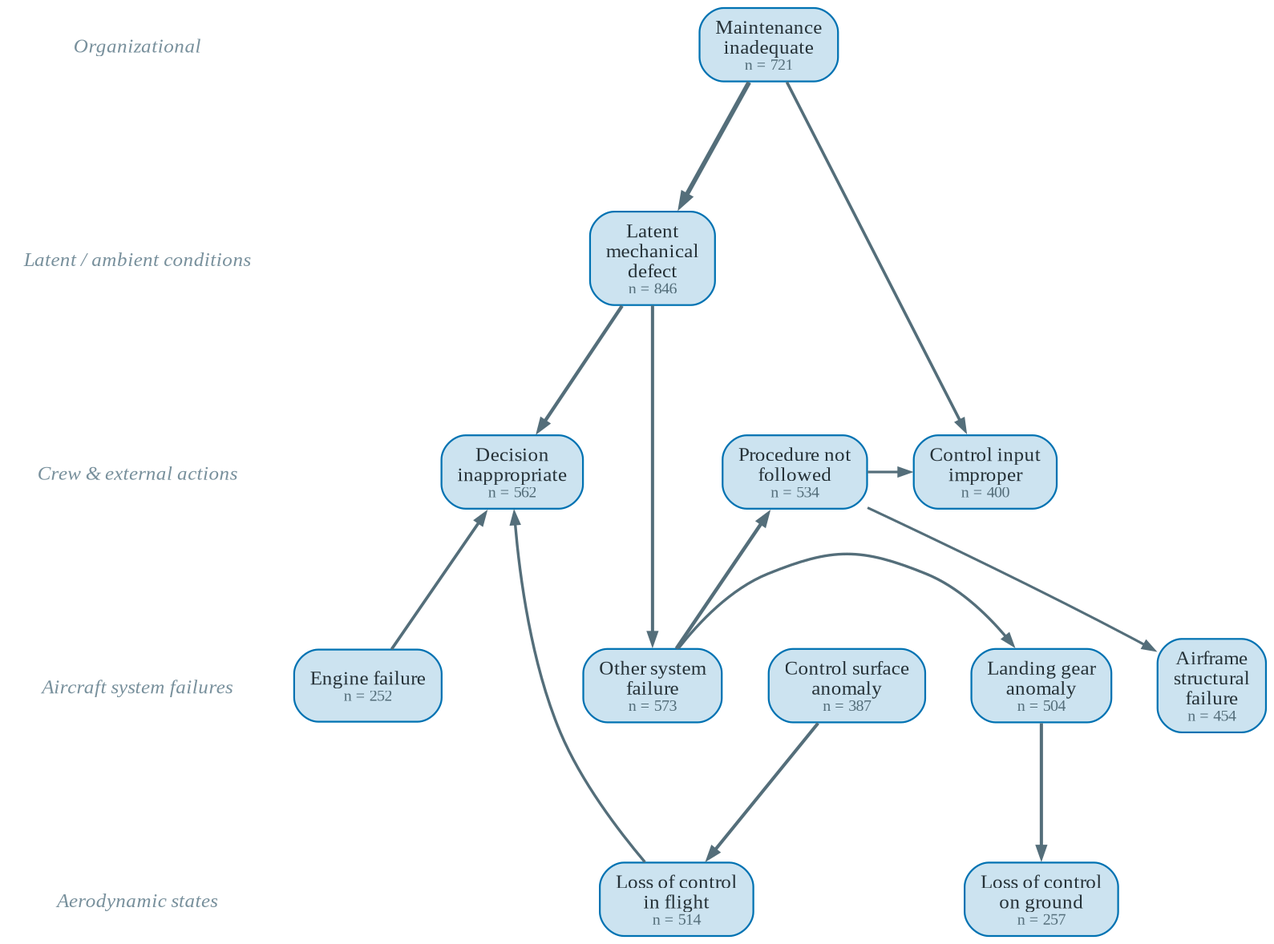
The Graphviz diagram event_extraction/out/causation_kg/figures/dag_SCF-PP_top.png in YutianPangASU/AviationSafetyReportKnowledgeGraph, before a commit. Its source is kept beside it as event_extraction/out/causation_kg/figures/dag_SCF-PP_top.gv.
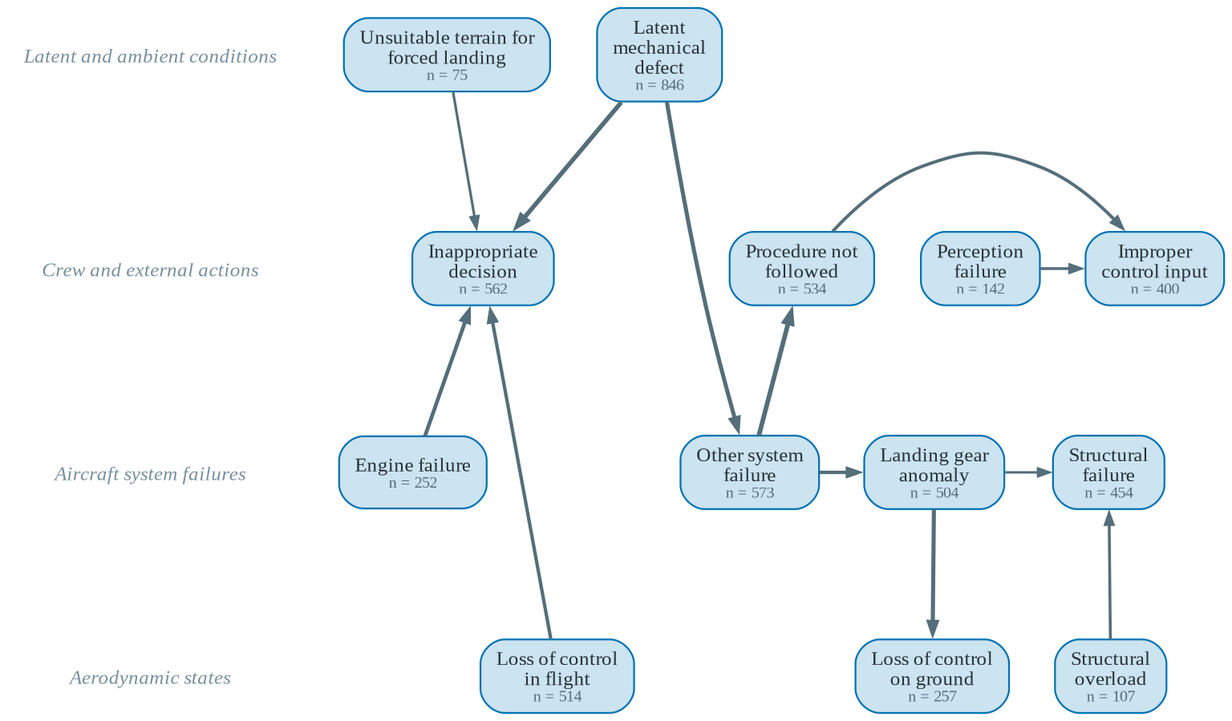
Later version of the same file.

Change to the diagram source:
```diff
@@ -3,42 +3,40 @@
   bgcolor="white";
   node [shape=box, style="rounded,filled", fillcolor="#CCE3F0", color="#0072B2", penwidth=0.9, fontname="Liberation Serif", fontsize=10, fontcolor="#263238", margin="0.11,0.06"];
   edge [color="#546E7A", arrowsize=0.55, fontname="Liberation Serif", fontsize=8, fontcolor="#546E7A"];
-  tier0 [shape=plaintext, style="", fillcolor=none, fontname="Liberation Serif Italic", fontsize=10, fontcolor="#78909C", label="Organizational"];
-  { rank=same; tier0; "MAINTENANCE_INADEQUATE" }
-  tier1 [shape=plaintext, style="", fillcolor=none, fontname="Liberation Serif Italic", fontsize=10, fontcolor="#78909C", label="Latent / ambient conditions"];
-  { rank=same; tier1; "LATENT_MECHANICAL_DEFECT" }
-  tier0 -> tier1 [style=invis];
-  tier3 [shape=plaintext, style="", fillcolor=none, fontname="Liberation Serif Italic", fontsize=10, fontcolor="#78909C", label="Crew & external actions"];
-  { rank=same; tier3; "DECISION_INAPPROPRIATE" "CONTROL_INPUT_IMPROPER" "PROCEDURE_NOT_FOLLOWED" }
+  tier1 [shape=plaintext, style="", fillcolor=none, fontname="Liberation Serif Italic", fontsize=10, fontcolor="#78909C", label="Latent and ambient conditions"];
+  { rank=same; tier1; "LATENT_MECHANICAL_DEFECT" "UNSUITABLE_TERRAIN_FOR_FORCED_LANDING" }
+  tier3 [shape=plaintext, style="", fillcolor=none, fontname="Liberation Serif Italic", fontsize=10, fontcolor="#78909C", label="Crew and external actions"];
+  { rank=same; tier3; "DECISION_INAPPROPRIATE" "CONTROL_INPUT_IMPROPER" "PROCEDURE_NOT_FOLLOWED" "PERCEPTION_FAILURE" }
   tier1 -> tier3 [style=invis];
   tier4 [shape=plaintext, style="", fillcolor=none, fontname="Liberation Serif Italic", fontsize=10, fontcolor="#78909C", label="Aircraft system failures"];
-  { rank=same; tier4; "ENGINE_FAILURE" "AIRFRAME_STRUCTURAL_FAILURE" "CONTROL_SURFACE_ANOMALY" "LANDING_GEAR_ANOMALY" "OTHER_SYSTEM_FAILURE" }
+  { rank=same; tier4; "ENGINE_FAILURE" "AIRFRAME_STRUCTURAL_FAILURE" "LANDING_GEAR_ANOMALY" "OTHER_SYSTEM_FAILURE" }
   tier3 -> tier4 [style=invis];
   tier5 [shape=plaintext, style="", fillcolor=none, fontname="Liberation Serif Italic", fontsize=10, fontcolor="#78909C", label="Aerodynamic states"];
-  { rank=same; tier5; "LOSS_OF_CONTROL_INFLIGHT" "LOSS_OF_CONTROL_GROUND" }
+  { rank=same; tier5; "LOSS_OF_CONTROL_INFLIGHT" "LOSS_OF_CONTROL_GROUND" "STRUCTURAL_OVERLOAD" }
   tier4 -> tier5 [style=invis];
-  "AIRFRAME_STRUCTURAL_FAILURE" [label=<Airframe<br/>structural<br/>failure<br/><font point-size="8" color="#546E7A">n = 454</font>>];
-  "CONTROL_INPUT_IMPROPER" [label=<Control input<br/>improper<br/><font point-size="8" color="#546E7A">n = 400</font>>];
-  "CONTROL_SURFACE_ANOMALY" [label=<Control surface<br/>anomaly<br/><font point-size="8" color="#546E7A">n = 387</font>>];
-  "DECISION_INAPPROPRIATE" [label=<Decision<br/>inappropriate<br/><font point-size="8" color="#546E7A">n = 562</font>>];
+  "AIRFRAME_STRUCTURAL_FAILURE" [label=<Structural<br/>failure<br/><font point-size="8" color="#546E7A">n = 454</font>>];
+  "CONTROL_INPUT_IMPROPER" [label=<Improper<br/>control input<br/><font point-size="8" color="#546E7A">n = 400</font>>];
+  "DECISION_INAPPROPRIATE" [label=<Inappropriate<br/>decision<br/><font point-size="8" color="#546E7A">n = 562</font>>];
   "ENGINE_FAILURE" [label=<Engine failure<br/><font point-size="8" color="#546E7A">n = 252</font>>];
   "LANDING_GEAR_ANOMALY" [label=<Landing gear<br/>anomaly<br/><font point-size="8" color="#546E7A">n = 504</font>>];
   "LATENT_MECHANICAL_DEFECT" [label=<Latent<br/>mechanical<br/>defect<br/><font point-size="8" color="#546E7A">n = 846</font>>];
   "LOSS_OF_CONTROL_GROUND" [label=<Loss of control<br/>on ground<br/><font point-size="8" color="#546E7A">n = 257</font>>];
   "LOSS_OF_CONTROL_INFLIGHT" [label=<Loss of control<br/>in flight<br/><font point-size="8" color="#546E7A">n = 514</font>>];
-  "MAINTENANCE_INADEQUATE" [label=<Maintenance<br/>inadequate<br/><font point-size="8" color="#546E7A">n = 721</font>>];
   "OTHER_SYSTEM_FAILURE" [label=<Other system<br/>failure<br/><font point-size="8" color="#546E7A">n = 573</font>>];
+  "PERCEPTION_FAILURE" [label=<Perception<br/>failure<br/><font point-size="8" color="#546E7A">n = 142</font>>];
   "PROCEDURE_NOT_FOLLOWED" [label=<Procedure not<br/>followed<br/><font point-size="8" color="#546E7A">n = 534</font>>];
-  "MAINTENANCE_INADEQUATE" -> "LATENT_MECHANICAL_DEFECT" [penwidth=2.30, style=solid, tooltip="MAINTENANCE_INADEQUATE -> LATENT_MECHANICAL_DEFECT: support 428, stability 0.37"];
-  "OTHER_SYSTEM_FAILURE" -> "PROCEDURE_NOT_FOLLOWED" [penwidth=1.79, style=solid, tooltip="OTHER_SYSTEM_FAILURE -> PROCEDURE_NOT_FOLLOWED: support 220, stability 0.53"];
-  "LATENT_MECHANICAL_DEFECT" -> "DECISION_INAPPROPRIATE" [penwidth=1.74, style=solid, tooltip="LATENT_MECHANICAL_DEFECT -> DECISION_INAPPROPRIATE: support 204, stability 0.67"];
-  "CONTROL_SURFACE_ANOMALY" -> "LOSS_OF_CONTROL_INFLIGHT" [penwidth=1.64, style=solid, tooltip="CONTROL_SURFACE_ANOMALY -> LOSS_OF_CONTROL_INFLIGHT: support 172, stability 0.10"];
-  "LANDING_GEAR_ANOMALY" -> "LOSS_OF_CONTROL_GROUND" [penwidth=1.61, style=solid, tooltip="LANDING_GEAR_ANOMALY -> LOSS_OF_CONTROL_GROUND: support 163, stability 0.57"];
-  "LATENT_MECHANICAL_DEFECT" -> "OTHER_SYSTEM_FAILURE" [penwidth=1.60, style=solid, tooltip="LATENT_MECHANICAL_DEFECT -> OTHER_SYSTEM_FAILURE: support 161, stability 0.97"];
-  "ENGINE_FAILURE" -> "DECISION_INAPPROPRIATE" [penwidth=1.50, style=solid, tooltip="ENGINE_FAILURE -> DECISION_INAPPROPRIATE: support 133, stability 0.83"];
-  "MAINTENANCE_INADEQUATE" -> "CONTROL_INPUT_IMPROPER" [penwidth=1.46, style=solid, tooltip="MAINTENANCE_INADEQUATE -> CONTROL_INPUT_IMPROPER: support 123, stability 0.40"];
-  "LOSS_OF_CONTROL_INFLIGHT" -> "DECISION_INAPPROPRIATE" [penwidth=1.37, style=solid, tooltip="LOSS_OF_CONTROL_INFLIGHT -> DECISION_INAPPROPRIATE: support 99, stability 0.83"];
-  "OTHER_SYSTEM_FAILURE" -> "LANDING_GEAR_ANOMALY" [penwidth=1.35, style=solid, tooltip="OTHER_SYSTEM_FAILURE -> LANDING_GEAR_ANOMALY: support 96, stability 1.00"];
-  "PROCEDURE_NOT_FOLLOWED" -> "CONTROL_INPUT_IMPROPER" [penwidth=1.29, style=solid, tooltip="PROCEDURE_NOT_FOLLOWED -> CONTROL_INPUT_IMPROPER: support 82, stability 0.80"];
-  "PROCEDURE_NOT_FOLLOWED" -> "AIRFRAME_STRUCTURAL_FAILURE" [penwidth=1.24, style=solid, tooltip="PROCEDURE_NOT_FOLLOWED -> AIRFRAME_STRUCTURAL_FAILURE: support 72, stability 0.07"];
+  "STRUCTURAL_OVERLOAD" [label=<Structural<br/>overload<br/><font point-size="8" color="#546E7A">n = 107</font>>];
+  "UNSUITABLE_TERRAIN_FOR_FORCED_LANDING" [label=<Unsuitable terrain for<br/>forced landing<br/><font point-size="8" color="#546E7A">n = 75</font>>];
+  "OTHER_SYSTEM_FAILURE" -> "PROCEDURE_NOT_FOLLOWED" [penwidth=2.30, style=solid, tooltip="OTHER_SYSTEM_FAILURE -> PROCEDURE_NOT_FOLLOWED: support 220, stability 0.53"];
+  "LATENT_MECHANICAL_DEFECT" -> "DECISION_INAPPROPRIATE" [penwidth=2.23, style=solid, tooltip="LATENT_MECHANICAL_DEFECT -> DECISION_INAPPROPRIATE: support 204, stability 0.67"];
+  "LANDING_GEAR_ANOMALY" -> "LOSS_OF_CONTROL_GROUND" [penwidth=2.05, style=solid, tooltip="LANDING_GEAR_ANOMALY -> LOSS_OF_CONTROL_GROUND: support 163, stability 0.57"];
+  "LATENT_MECHANICAL_DEFECT" -> "OTHER_SYSTEM_FAILURE" [penwidth=2.04, style=solid, tooltip="LATENT_MECHANICAL_DEFECT -> OTHER_SYSTEM_FAILURE: support 161, stability 0.97"];
+  "ENGINE_FAILURE" -> "DECISION_INAPPROPRIATE" [penwidth=1.90, style=solid, tooltip="ENGINE_FAILURE -> DECISION_INAPPROPRIATE: support 133, stability 0.83"];
+  "LOSS_OF_CONTROL_INFLIGHT" -> "DECISION_INAPPROPRIATE" [penwidth=1.71, style=solid, tooltip="LOSS_OF_CONTROL_INFLIGHT -> DECISION_INAPPROPRIATE: support 99, stability 0.83"];
+  "OTHER_SYSTEM_FAILURE" -> "LANDING_GEAR_ANOMALY" [penwidth=1.69, style=solid, tooltip="OTHER_SYSTEM_FAILURE -> LANDING_GEAR_ANOMALY: support 96, stability 1.00"];
+  "PROCEDURE_NOT_FOLLOWED" -> "CONTROL_INPUT_IMPROPER" [penwidth=1.60, style=solid, tooltip="PROCEDURE_NOT_FOLLOWED -> CONTROL_INPUT_IMPROPER: support 82, stability 0.80"];
+  "STRUCTURAL_OVERLOAD" -> "AIRFRAME_STRUCTURAL_FAILURE" [penwidth=1.43, style=solid, tooltip="STRUCTURAL_OVERLOAD -> AIRFRAME_STRUCTURAL_FAILURE: support 59, stability 0.80"];
+  "PERCEPTION_FAILURE" -> "CONTROL_INPUT_IMPROPER" [penwidth=1.42, style=solid, tooltip="PERCEPTION_FAILURE -> CONTROL_INPUT_IMPROPER: support 58, stability 0.83"];
+  "UNSUITABLE_TERRAIN_FOR_FORCED_LANDING" -> "DECISION_INAPPROPRIATE" [penwidth=1.31, style=solid, tooltip="UNSUITABLE_TERRAIN_FOR_FORCED_LANDING -> DECISION_INAPPROPRIATE: support 45, stability 0.77"];
+  "LANDING_GEAR_ANOMALY" -> "AIRFRAME_STRUCTURAL_FAILURE" [penwidth=1.25, style=solid, tooltip="LANDING_GEAR_ANOMALY -> AIRFRAME_STRUCTURAL_FAILURE: support 38, stability 0.90"];
 }
```
